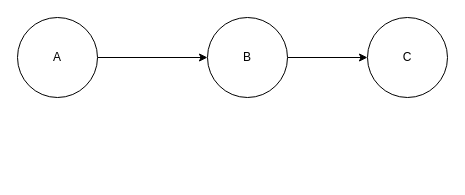
This is page "Página-1" (1 of 2) of prueba.drawio from wholood/proyecto, a draw.io file, before an edit. Source tidied: cells renumbered, new cells numbered last; positions are measured from the earlier drawing's top-left corner, leaving out a move shared by most shapes. Both pictures are drawn from the tidied source at 100%, with x=0, y=0 at pixel (17, 17).
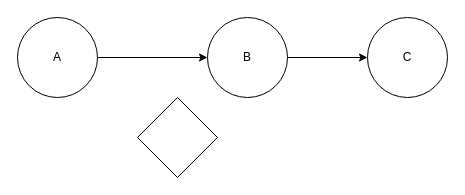
Above is the later version.

Diff of the diagram source:
```diff
@@
 <mxGraphModel>
   <root>
     <mxCell id="0" />
     <mxCell id="1" parent="0" />
     <mxCell id="2" style="edgeStyle=none;html=1;" parent="1" edge="1" source="3" target="6">
       <mxGeometry relative="1" as="geometry" />
     </mxCell>
     <mxCell id="3" value="B" style="ellipse;whiteSpace=wrap;html=1;" parent="1" vertex="1">
       <mxGeometry x="190" width="80" height="80" as="geometry" />
     </mxCell>
     <mxCell id="4" style="edgeStyle=none;html=1;" parent="1" edge="1" source="5" target="3">
       <mxGeometry relative="1" as="geometry" />
     </mxCell>
     <mxCell id="5" value="A" style="ellipse;whiteSpace=wrap;html=1;" parent="1" vertex="1">
       <mxGeometry width="80" height="80" as="geometry" />
     </mxCell>
     <mxCell id="6" value="C" style="ellipse;whiteSpace=wrap;html=1;" parent="1" vertex="1">
       <mxGeometry x="350" width="80" height="80" as="geometry" />
     </mxCell>
+    <mxCell id="7" style="rhombus;whiteSpace=wrap;html=1;" parent="1" vertex="1">
+      <mxGeometry x="120" y="80" width="80" height="80" as="geometry" />
+    </mxCell>
   </root>
 </mxGraphModel>
```
